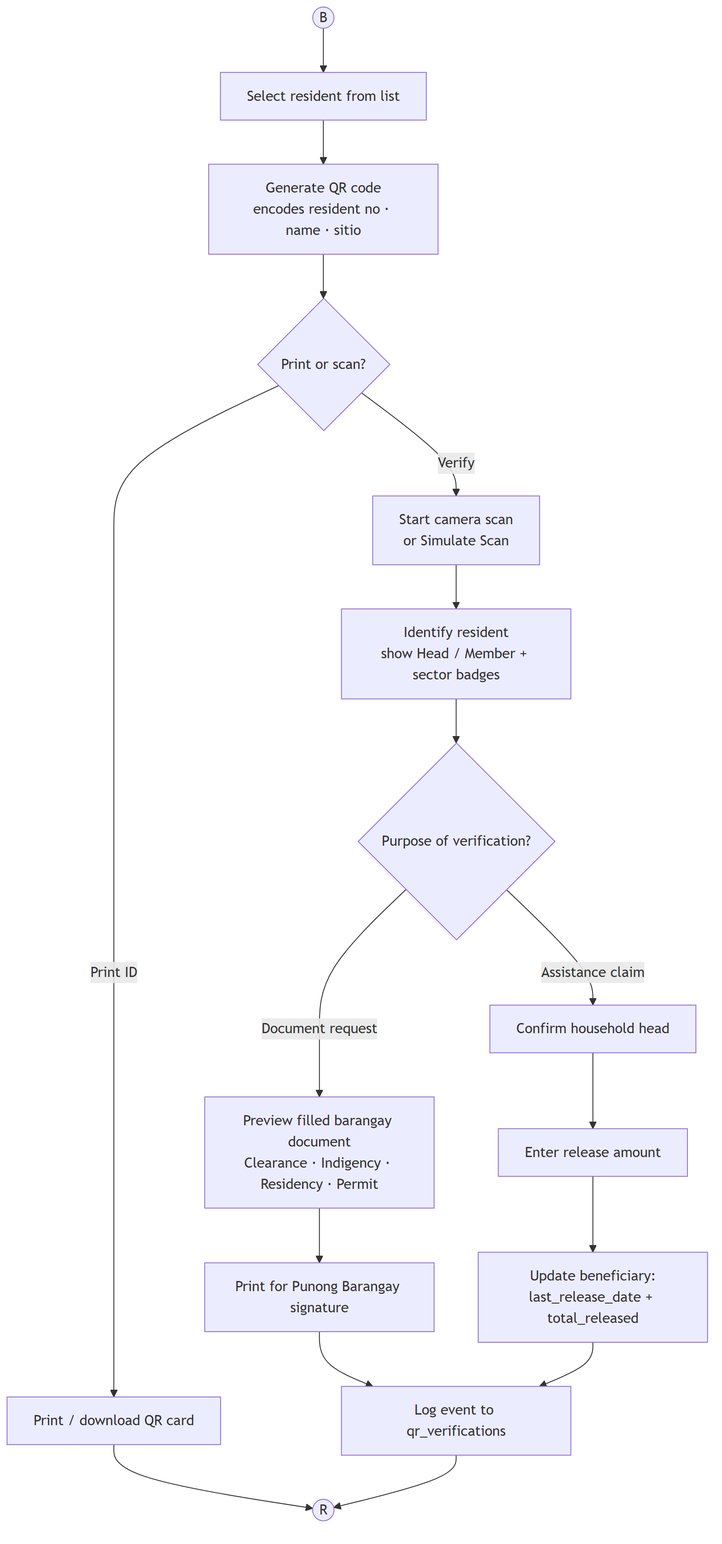
KellyEspera/protect keeps this Mermaid diagram as diagrams/modules/qr_verification.png. Above is the earlier version. Its source is kept beside it as diagrams/modules/qr_verification.mmd.
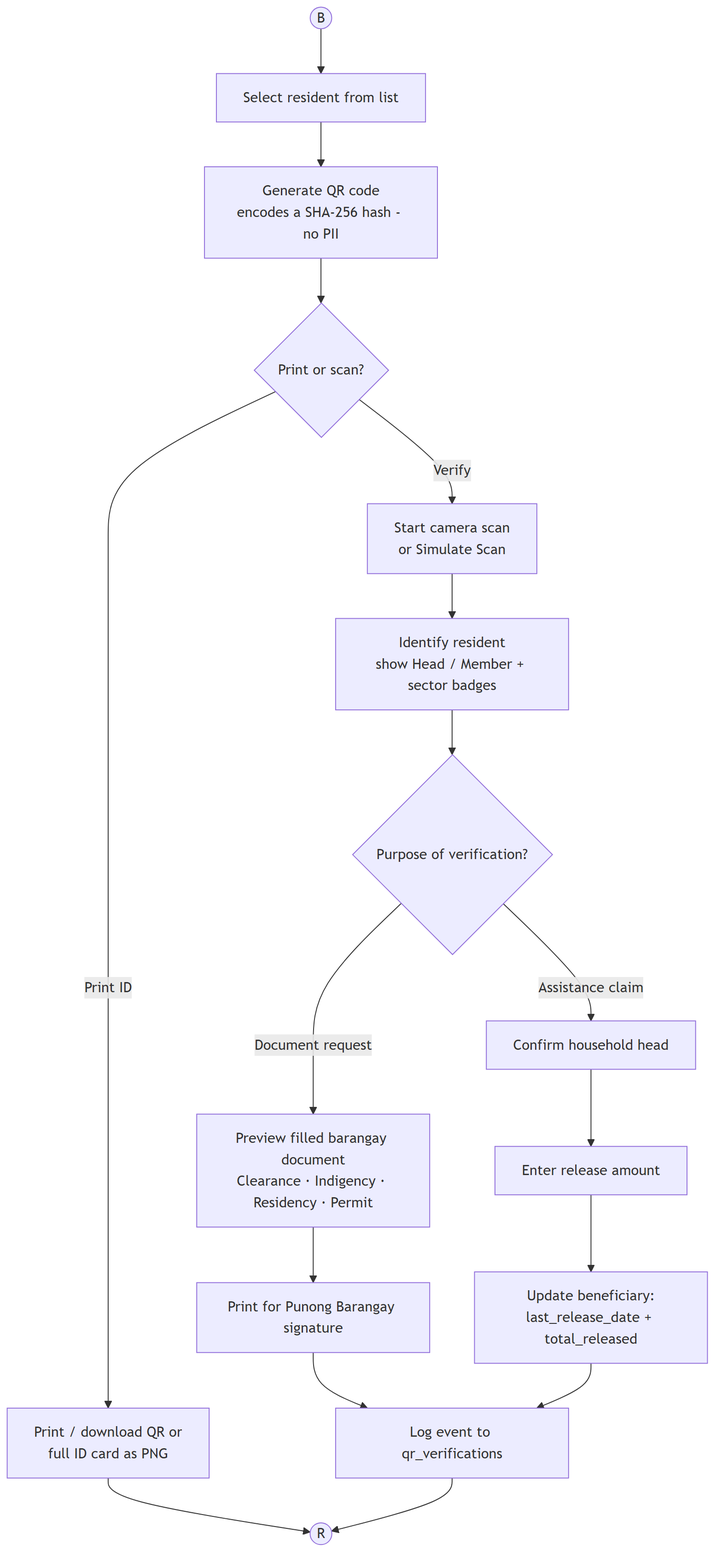
The same diagram one commit later.

Commit message:
Sub-flowcharts: fix stale QR (hashed, no PII) + disaster colors/overlay

What changed in the source:
```diff
@@ -1,9 +1,9 @@
 flowchart TD
     B((B)) --> Sel[Select resident from list]
-    Sel --> Gen[Generate QR code<br/>encodes resident no · name · sitio]
+    Sel --> Gen[Generate QR code<br/>encodes a SHA-256 hash - no PII]
     Gen --> Card{Print or scan?}
 
-    Card -- Print ID --> Print[Print / download QR card]
+    Card -- Print ID --> Print[Print / download QR or<br/>full ID card as PNG]
     Card -- Verify --> Scan[Start camera scan<br/>or Simulate Scan]
 
     Scan --> Found[Identify resident<br/>show Head / Member + sector badges]
```
